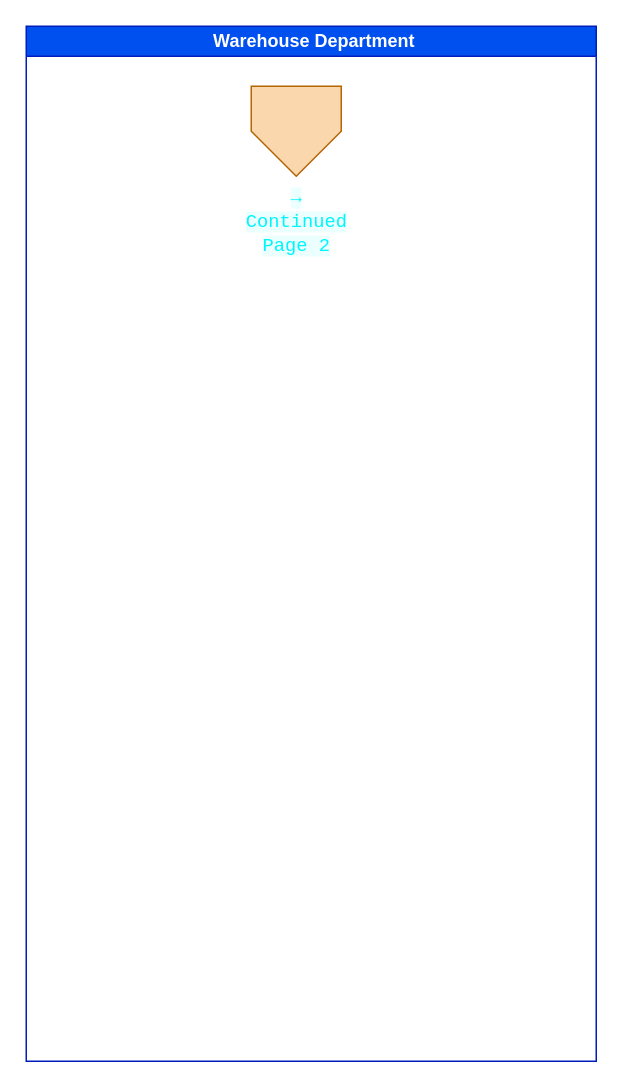
The draw.io diagram page "Page 2" (2 of 2) of Revenue_Cycle_Controls.drawio in GuillermoMartinez1234/drawio, before the edit. Source tidied: cells renumbered, new cells numbered last; positions are measured from the earlier drawing's top-left corner, leaving out a move shared by most shapes. Both pictures are drawn from the tidied source at 150%, with x=0, y=0 at pixel (26, 26).
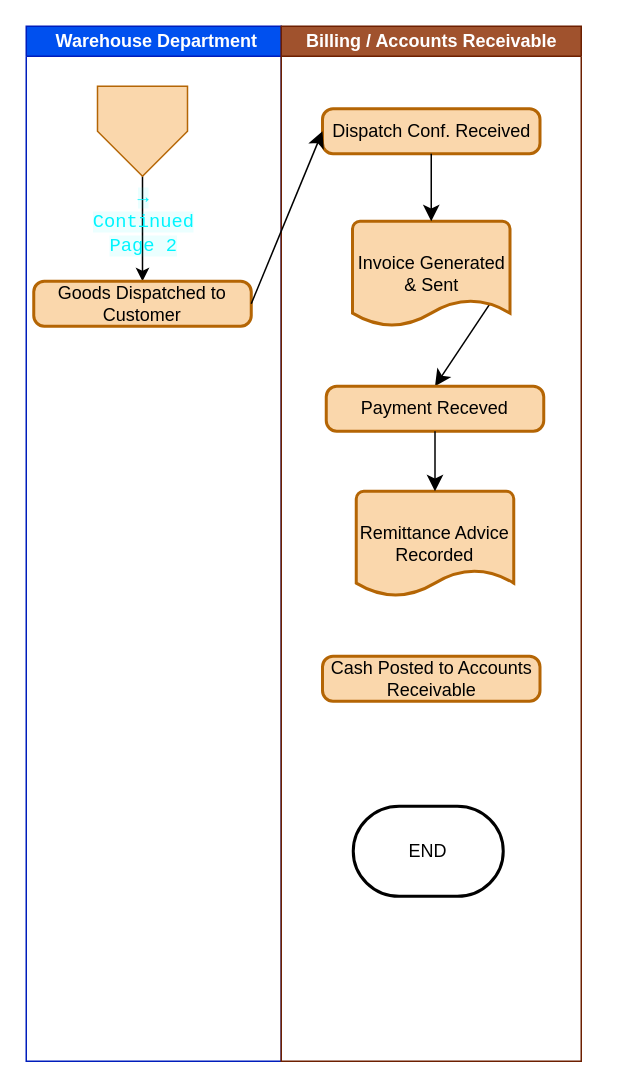
The same page after the edit.

Change to the diagram source:
```diff
@@
 <mxGraphModel>
   <root>
     <mxCell id="0" />
     <mxCell id="1" parent="0" />
     <mxCell id="2" value="&amp;nbsp;Warehouse Department" style="swimlane;startSize=20;html=1;fillColor=#0050ef;fontColor=#ffffff;strokeColor=#001DBC;" parent="1" vertex="1">
-      <mxGeometry width="380" height="690" as="geometry" />
+      <mxGeometry width="170" height="690" as="geometry" />
     </mxCell>
+    <mxCell id="4" style="edgeStyle=orthogonalEdgeStyle;rounded=0;jettySize=auto;html=1;exitX=0.5;exitY=1;exitDx=0;exitDy=0;" parent="2" edge="1" source="3" target="5">
+      <mxGeometry relative="1" as="geometry" />
+    </mxCell>
     <mxCell id="3" value="&lt;span style=&quot;color: rgb(0, 245, 255); font-family: &amp;quot;Share Tech Mono&amp;quot;, monospace; font-size: 12.512px; text-align: start; text-wrap-mode: wrap; background-color: rgba(0, 245, 255, 0.08);&quot;&gt;→ Continued Page 2&lt;/span&gt;" style="verticalLabelPosition=bottom;verticalAlign=top;html=1;shape=offPageConnector;rounded=0;size=0.5;fillColor=#fad7ac;strokeColor=#b46504;" parent="2" vertex="1">
-      <mxGeometry x="150" y="40" width="60" height="60" as="geometry" />
+      <mxGeometry x="47.5" y="40" width="60" height="60" as="geometry" />
     </mxCell>
+    <mxCell id="5" value="Goods Dispatched to Customer" style="rounded=1;whiteSpace=wrap;html=1;absoluteArcSize=1;arcSize=14;strokeWidth=2;fillColor=#fad7ac;strokeColor=#b46504;" parent="2" vertex="1">
+      <mxGeometry x="5" y="170" width="145" height="30" as="geometry" />
+    </mxCell>
+    <mxCell id="6" value="Billing / Accounts Receivable" style="swimlane;startSize=20;html=1;fillColor=#a0522d;fontColor=#ffffff;strokeColor=#6D1F00;" parent="1" vertex="1">
+      <mxGeometry x="170" width="200" height="690" as="geometry" />
+    </mxCell>
+    <mxCell id="7" value="Dispatch Conf. Received" style="rounded=1;whiteSpace=wrap;html=1;absoluteArcSize=1;arcSize=14;strokeWidth=2;fillColor=#fad7ac;strokeColor=#b46504;" parent="6" vertex="1">
+      <mxGeometry x="27.5" y="55" width="145" height="30" as="geometry" />
+    </mxCell>
+    <mxCell id="8" style="edgeStyle=none;curved=1;rounded=0;jettySize=auto;html=1;exitX=1;exitY=0.5;exitDx=0;exitDy=0;exitPerimeter=0;entryX=0.5;entryY=0;entryDx=0;entryDy=0;fontSize=12;startSize=8;endSize=8;" parent="6" edge="1" source="9" target="10">
+      <mxGeometry relative="1" as="geometry" />
+    </mxCell>
+    <mxCell id="9" value="Invoice Generated &amp;amp; Sent" style="strokeWidth=2;html=1;shape=mxgraph.flowchart.document2;whiteSpace=wrap;size=0.25;fillColor=#fad7ac;strokeColor=#b46504;" parent="6" vertex="1">
+      <mxGeometry x="47.5" y="130" width="105" height="70" as="geometry" />
+    </mxCell>
+    <mxCell id="10" value="Payment Receved" style="rounded=1;whiteSpace=wrap;html=1;absoluteArcSize=1;arcSize=14;strokeWidth=2;fillColor=#fad7ac;strokeColor=#b46504;" parent="6" vertex="1">
+      <mxGeometry x="30" y="240" width="145" height="30" as="geometry" />
+    </mxCell>
+    <mxCell id="11" value="Remittance Advice Recorded" style="strokeWidth=2;html=1;shape=mxgraph.flowchart.document2;whiteSpace=wrap;size=0.25;fillColor=#fad7ac;strokeColor=#b46504;" parent="6" vertex="1">
+      <mxGeometry x="50" y="310" width="105" height="70" as="geometry" />
+    </mxCell>
+    <mxCell id="12" style="edgeStyle=none;curved=1;rounded=0;jettySize=auto;html=1;exitX=0.5;exitY=1;exitDx=0;exitDy=0;entryX=0.5;entryY=0;entryDx=0;entryDy=0;entryPerimeter=0;fontSize=12;startSize=8;endSize=8;" parent="6" edge="1" source="7" target="9">
+      <mxGeometry relative="1" as="geometry" />
+    </mxCell>
+    <mxCell id="13" style="edgeStyle=none;curved=1;rounded=0;jettySize=auto;html=1;exitX=0.5;exitY=1;exitDx=0;exitDy=0;entryX=0.5;entryY=0;entryDx=0;entryDy=0;entryPerimeter=0;fontSize=12;startSize=8;endSize=8;" parent="6" edge="1" source="10" target="11">
+      <mxGeometry relative="1" as="geometry" />
+    </mxCell>
+    <mxCell id="14" style="edgeStyle=none;curved=1;rounded=0;orthogonalLoop=1;jettySize=auto;html=1;exitX=0.25;exitY=1;exitDx=0;exitDy=0;fontSize=12;startSize=8;endSize=8;" parent="6" edge="1" source="10" target="10">
+      <mxGeometry relative="1" as="geometry" />
+    </mxCell>
+    <mxCell id="15" value="Cash Posted to Accounts Receivable" style="rounded=1;whiteSpace=wrap;html=1;absoluteArcSize=1;arcSize=14;strokeWidth=2;fillColor=#fad7ac;strokeColor=#b46504;" parent="6" vertex="1">
+      <mxGeometry x="27.5" y="420" width="145" height="30" as="geometry" />
+    </mxCell>
+    <mxCell id="16" value="END" style="strokeWidth=2;html=1;shape=mxgraph.flowchart.terminator;whiteSpace=wrap;" parent="6" vertex="1">
+      <mxGeometry x="48" y="520" width="100" height="60" as="geometry" />
+    </mxCell>
+    <mxCell id="17" style="edgeStyle=none;curved=1;rounded=0;jettySize=auto;html=1;exitX=1;exitY=0.5;exitDx=0;exitDy=0;entryX=0;entryY=0.5;entryDx=0;entryDy=0;fontSize=12;startSize=8;endSize=8;" parent="1" edge="1" source="5" target="7">
+      <mxGeometry relative="1" as="geometry" />
+    </mxCell>
   </root>
 </mxGraphModel>
```
